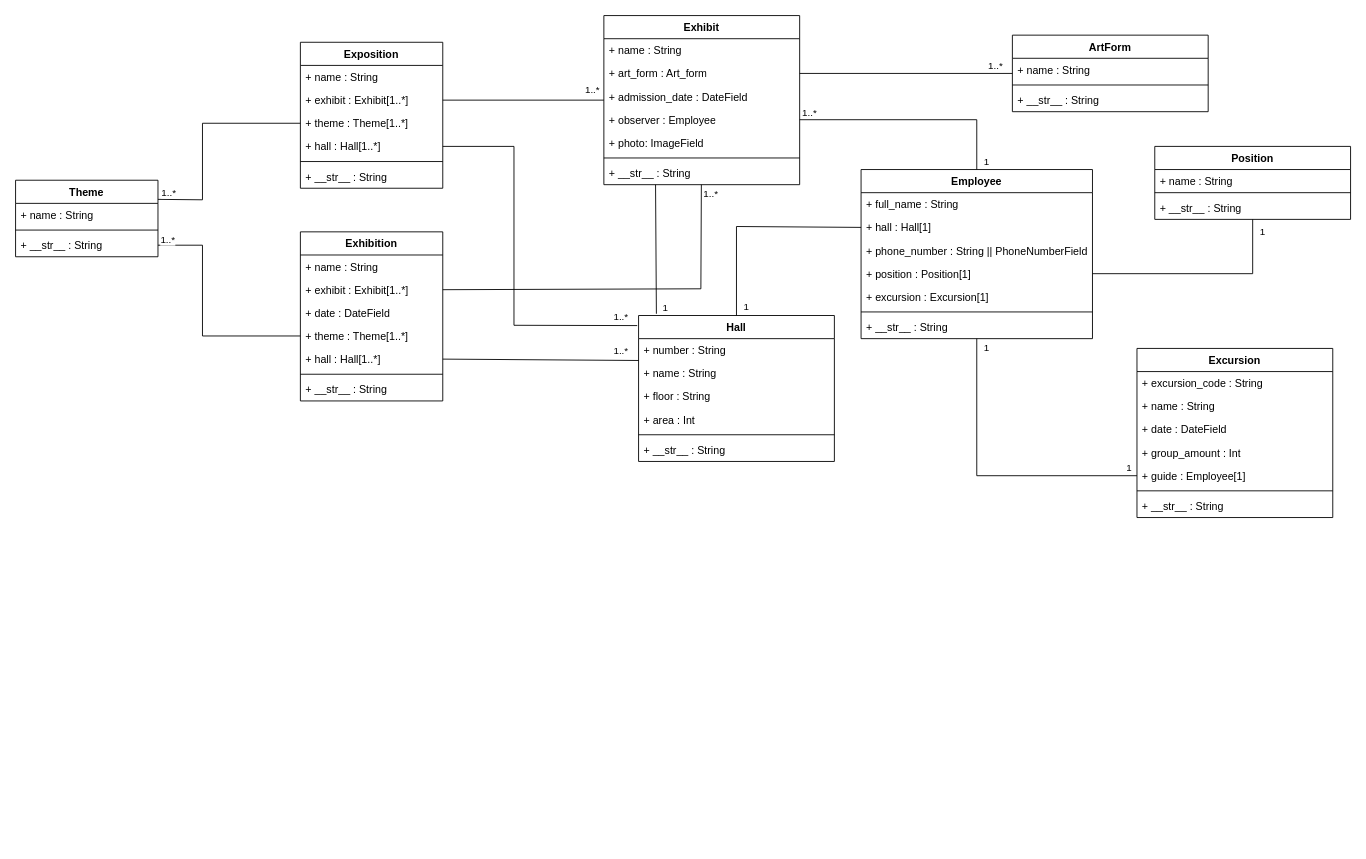
Before: Documentation/Model.drawio in MefistoSamael/MuseumApp, a draw.io diagram. Source tidied: cells renumbered, new cells numbered last; positions are measured from the earlier drawing's top-left corner, leaving out a move shared by most shapes. Both pictures are drawn from the tidied source at 89%, with x=0, y=0 at pixel (15, 15).
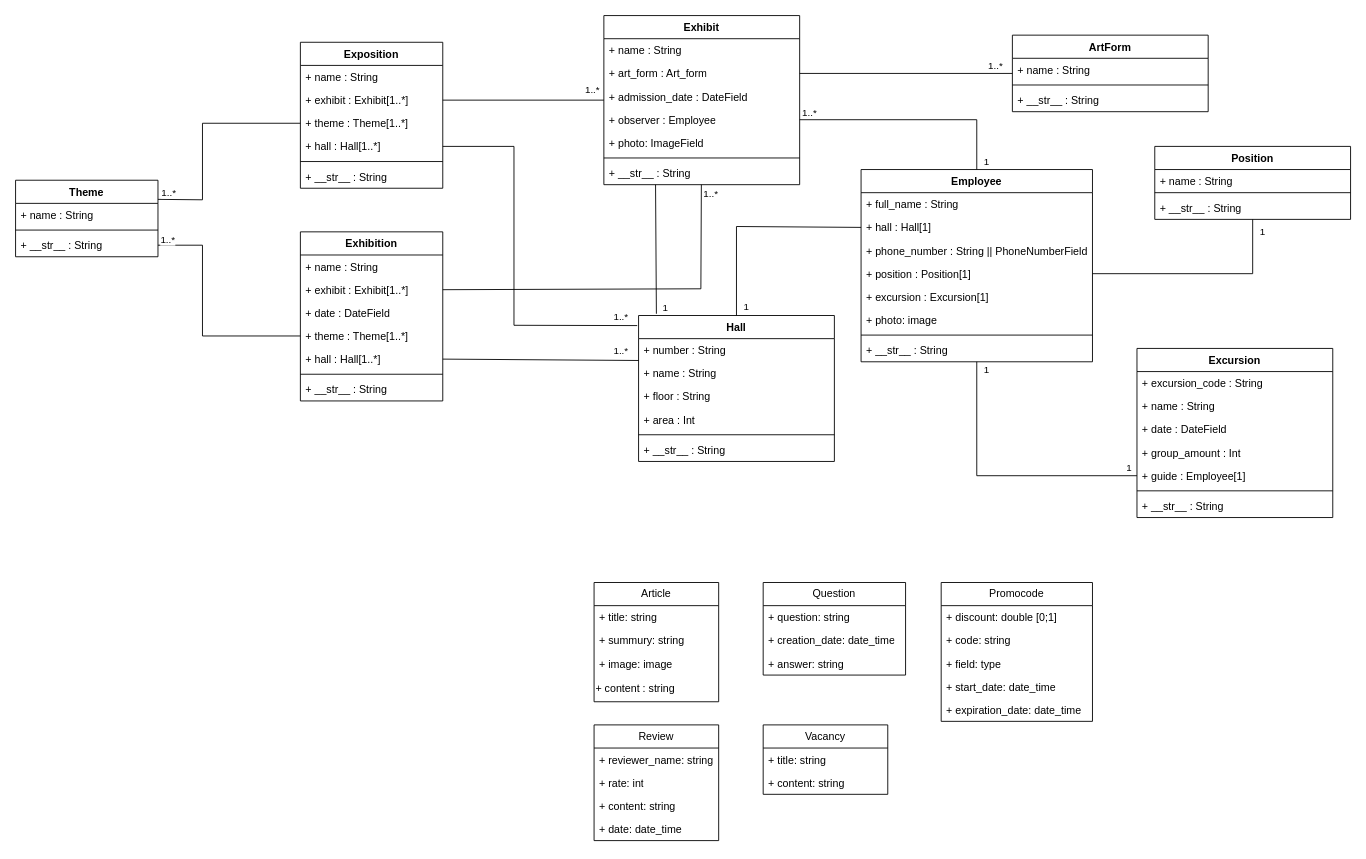
The same page after the edit.

Commit message (it also covers changes not shown here):
Added new items in model. Changed model schema

Change to the diagram source:
```diff
@@
     <mxCell id="10" value="Employee" style="swimlane;fontStyle=1;align=center;verticalAlign=top;horizontal=1;startSize=26;whiteSpace=wrap;html=1;" parent="1" vertex="1">
-      <mxGeometry x="950" y="173" width="260" height="190" as="geometry" />
+      <mxGeometry x="950" y="173" width="260" height="216" as="geometry" />
     </mxCell>
@@
+    <mxCell id="86" value="+ photo: image" style="text;strokeColor=none;fillColor=none;align=left;verticalAlign=top;spacingLeft=4;spacingRight=4;overflow=hidden;whiteSpace=wrap;html=1;" parent="10" vertex="1">
+      <mxGeometry y="156" width="260" height="26" as="geometry" />
+    </mxCell>
     <mxCell id="16" style="line;strokeWidth=1;fillColor=none;align=left;verticalAlign=middle;spacingTop=-1;spacingLeft=3;spacingRight=3;labelPosition=right;strokeColor=inherit;" parent="10" vertex="1">
-      <mxGeometry y="156" width="260" height="8" as="geometry" />
+      <mxGeometry y="182" width="260" height="8" as="geometry" />
     </mxCell>
     <mxCell id="17" value="+ __str__ : String" style="text;strokeColor=none;fillColor=none;align=left;verticalAlign=top;spacingLeft=4;spacingRight=4;overflow=hidden;whiteSpace=wrap;html=1;" parent="10" vertex="1">
-      <mxGeometry y="164" width="260" height="26" as="geometry" />
+      <mxGeometry y="190" width="260" height="26" as="geometry" />
     </mxCell>
@@
+    <mxCell id="87" value="Article" style="swimlane;fontStyle=0;horizontal=1;startSize=26;fillColor=none;whiteSpace=wrap;html=1;" parent="1" vertex="1">
+      <mxGeometry x="650" y="637" width="140" height="134" as="geometry" />
+    </mxCell>
+    <mxCell id="88" value="+ title: string" style="text;strokeColor=none;fillColor=none;align=left;verticalAlign=top;spacingLeft=4;spacingRight=4;overflow=hidden;whiteSpace=wrap;html=1;" parent="87" vertex="1">
+      <mxGeometry y="26" width="140" height="26" as="geometry" />
+    </mxCell>
+    <mxCell id="89" value="+ summury: string" style="text;strokeColor=none;fillColor=none;align=left;verticalAlign=top;spacingLeft=4;spacingRight=4;overflow=hidden;whiteSpace=wrap;html=1;" parent="87" vertex="1">
+      <mxGeometry y="52" width="140" height="26" as="geometry" />
+    </mxCell>
+    <mxCell id="90" value="+ image: image" style="text;strokeColor=none;fillColor=none;align=left;verticalAlign=top;spacingLeft=4;spacingRight=4;overflow=hidden;whiteSpace=wrap;html=1;" parent="87" vertex="1">
+      <mxGeometry y="78" width="140" height="26" as="geometry" />
+    </mxCell>
+    <mxCell id="91" value="+ content : string" style="text;html=1;strokeColor=none;fillColor=none;align=left;verticalAlign=middle;whiteSpace=wrap;rounded=0;" parent="87" vertex="1">
+      <mxGeometry y="104" width="140" height="30" as="geometry" />
+    </mxCell>
+    <mxCell id="92" value="Question" style="swimlane;fontStyle=0;horizontal=1;startSize=26;fillColor=none;whiteSpace=wrap;html=1;" parent="1" vertex="1">
+      <mxGeometry x="840" y="637" width="160" height="104" as="geometry" />
+    </mxCell>
+    <mxCell id="93" value="+ question: string" style="text;strokeColor=none;fillColor=none;align=left;verticalAlign=top;spacingLeft=4;spacingRight=4;overflow=hidden;whiteSpace=wrap;html=1;" parent="92" vertex="1">
+      <mxGeometry y="26" width="160" height="26" as="geometry" />
+    </mxCell>
+    <mxCell id="94" value="+ creation_date: date_time" style="text;strokeColor=none;fillColor=none;align=left;verticalAlign=top;spacingLeft=4;spacingRight=4;overflow=hidden;whiteSpace=wrap;html=1;" parent="92" vertex="1">
+      <mxGeometry y="52" width="160" height="26" as="geometry" />
+    </mxCell>
+    <mxCell id="95" value="+ answer: string" style="text;strokeColor=none;fillColor=none;align=left;verticalAlign=top;spacingLeft=4;spacingRight=4;overflow=hidden;whiteSpace=wrap;html=1;" parent="92" vertex="1">
+      <mxGeometry y="78" width="160" height="26" as="geometry" />
+    </mxCell>
+    <mxCell id="96" value="Vacancy" style="swimlane;fontStyle=0;horizontal=1;startSize=26;fillColor=none;whiteSpace=wrap;html=1;" parent="1" vertex="1">
+      <mxGeometry x="840" y="797" width="140" height="78" as="geometry" />
+    </mxCell>
+    <mxCell id="97" value="+ title: string" style="text;strokeColor=none;fillColor=none;align=left;verticalAlign=top;spacingLeft=4;spacingRight=4;overflow=hidden;whiteSpace=wrap;html=1;" parent="96" vertex="1">
+      <mxGeometry y="26" width="140" height="26" as="geometry" />
+    </mxCell>
+    <mxCell id="98" value="+ content: string" style="text;strokeColor=none;fillColor=none;align=left;verticalAlign=top;spacingLeft=4;spacingRight=4;overflow=hidden;whiteSpace=wrap;html=1;" parent="96" vertex="1">
+      <mxGeometry y="52" width="140" height="26" as="geometry" />
+    </mxCell>
+    <mxCell id="99" value="Review" style="swimlane;fontStyle=0;horizontal=1;startSize=26;fillColor=none;whiteSpace=wrap;html=1;" parent="1" vertex="1">
+      <mxGeometry x="650" y="797" width="140" height="130" as="geometry" />
+    </mxCell>
+    <mxCell id="100" value="+ reviewer_name: string" style="text;strokeColor=none;fillColor=none;align=left;verticalAlign=top;spacingLeft=4;spacingRight=4;overflow=hidden;whiteSpace=wrap;html=1;" parent="99" vertex="1">
+      <mxGeometry y="26" width="140" height="26" as="geometry" />
+    </mxCell>
+    <mxCell id="101" value="+ rate: int" style="text;strokeColor=none;fillColor=none;align=left;verticalAlign=top;spacingLeft=4;spacingRight=4;overflow=hidden;whiteSpace=wrap;html=1;" parent="99" vertex="1">
+      <mxGeometry y="52" width="140" height="26" as="geometry" />
+    </mxCell>
+    <mxCell id="102" value="+ content: string" style="text;strokeColor=none;fillColor=none;align=left;verticalAlign=top;spacingLeft=4;spacingRight=4;overflow=hidden;whiteSpace=wrap;html=1;" parent="99" vertex="1">
+      <mxGeometry y="78" width="140" height="26" as="geometry" />
+    </mxCell>
+    <mxCell id="103" value="+ date: date_time" style="text;strokeColor=none;fillColor=none;align=left;verticalAlign=top;spacingLeft=4;spacingRight=4;overflow=hidden;whiteSpace=wrap;html=1;" parent="99" vertex="1">
+      <mxGeometry y="104" width="140" height="26" as="geometry" />
+    </mxCell>
+    <mxCell id="104" value="Promocode" style="swimlane;fontStyle=0;horizontal=1;startSize=26;fillColor=none;whiteSpace=wrap;html=1;" parent="1" vertex="1">
+      <mxGeometry x="1040" y="637" width="170" height="156" as="geometry" />
+    </mxCell>
+    <mxCell id="105" value="+ discount: double [0;1]" style="text;strokeColor=none;fillColor=none;align=left;verticalAlign=top;spacingLeft=4;spacingRight=4;overflow=hidden;whiteSpace=wrap;html=1;" parent="104" vertex="1">
+      <mxGeometry y="26" width="170" height="26" as="geometry" />
+    </mxCell>
+    <mxCell id="106" value="+ code: string" style="text;strokeColor=none;fillColor=none;align=left;verticalAlign=top;spacingLeft=4;spacingRight=4;overflow=hidden;whiteSpace=wrap;html=1;" parent="104" vertex="1">
+      <mxGeometry y="52" width="170" height="26" as="geometry" />
+    </mxCell>
+    <mxCell id="107" value="+ field: type" style="text;strokeColor=none;fillColor=none;align=left;verticalAlign=top;spacingLeft=4;spacingRight=4;overflow=hidden;whiteSpace=wrap;html=1;" parent="104" vertex="1">
+      <mxGeometry y="78" width="170" height="26" as="geometry" />
+    </mxCell>
+    <mxCell id="108" value="+ start_date: date_time" style="text;strokeColor=none;fillColor=none;align=left;verticalAlign=top;spacingLeft=4;spacingRight=4;overflow=hidden;whiteSpace=wrap;html=1;" parent="104" vertex="1">
+      <mxGeometry y="104" width="170" height="26" as="geometry" />
+    </mxCell>
+    <mxCell id="109" value="+ expiration_date: date_time" style="text;strokeColor=none;fillColor=none;align=left;verticalAlign=top;spacingLeft=4;spacingRight=4;overflow=hidden;whiteSpace=wrap;html=1;" parent="104" vertex="1">
+      <mxGeometry y="130" width="170" height="26" as="geometry" />
+    </mxCell>
```
